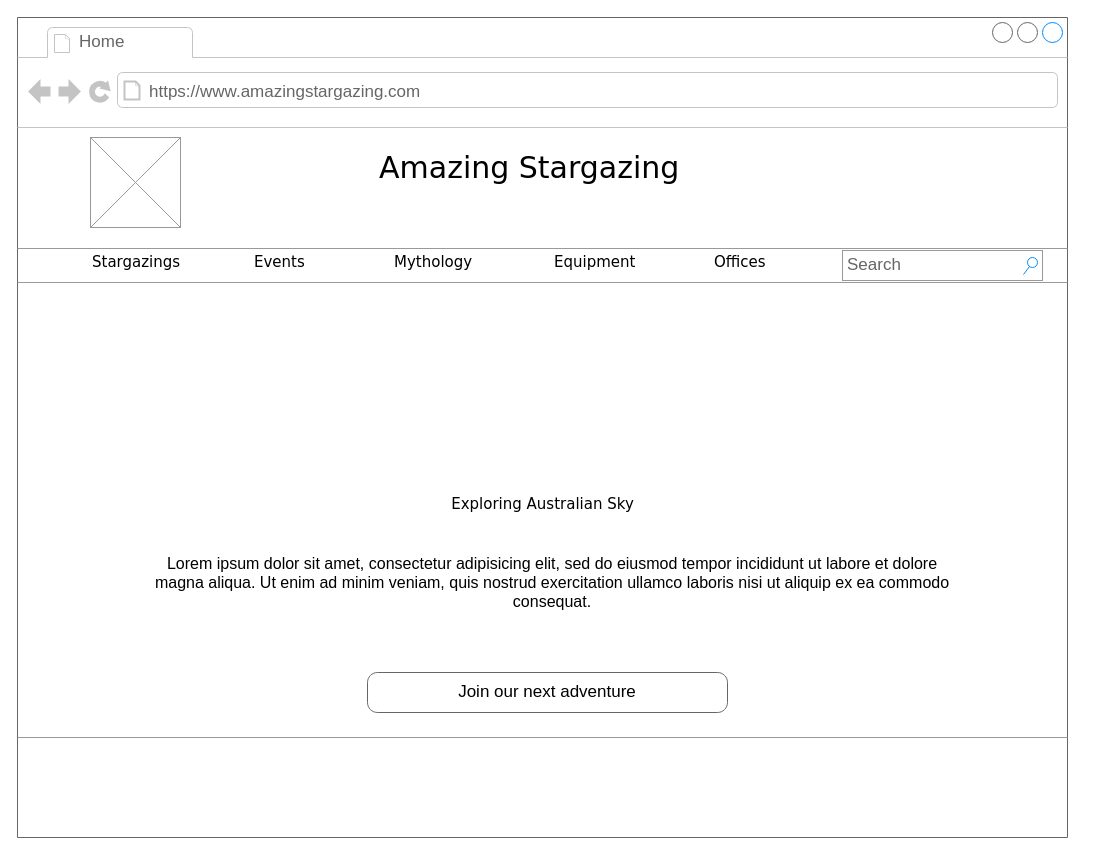
celia10335/Disenyo-interfaces keeps this draw.io diagram as page "Home" (1 of 3) of Amazing_stargazing.drawio. Above is the earlier version. Source tidied: cells renumbered, new cells numbered last; positions are measured from the earlier drawing's top-left corner, leaving out a move shared by most shapes. Both pictures are drawn from the tidied source at 100%, with x=0, y=0 at pixel (17, 17).
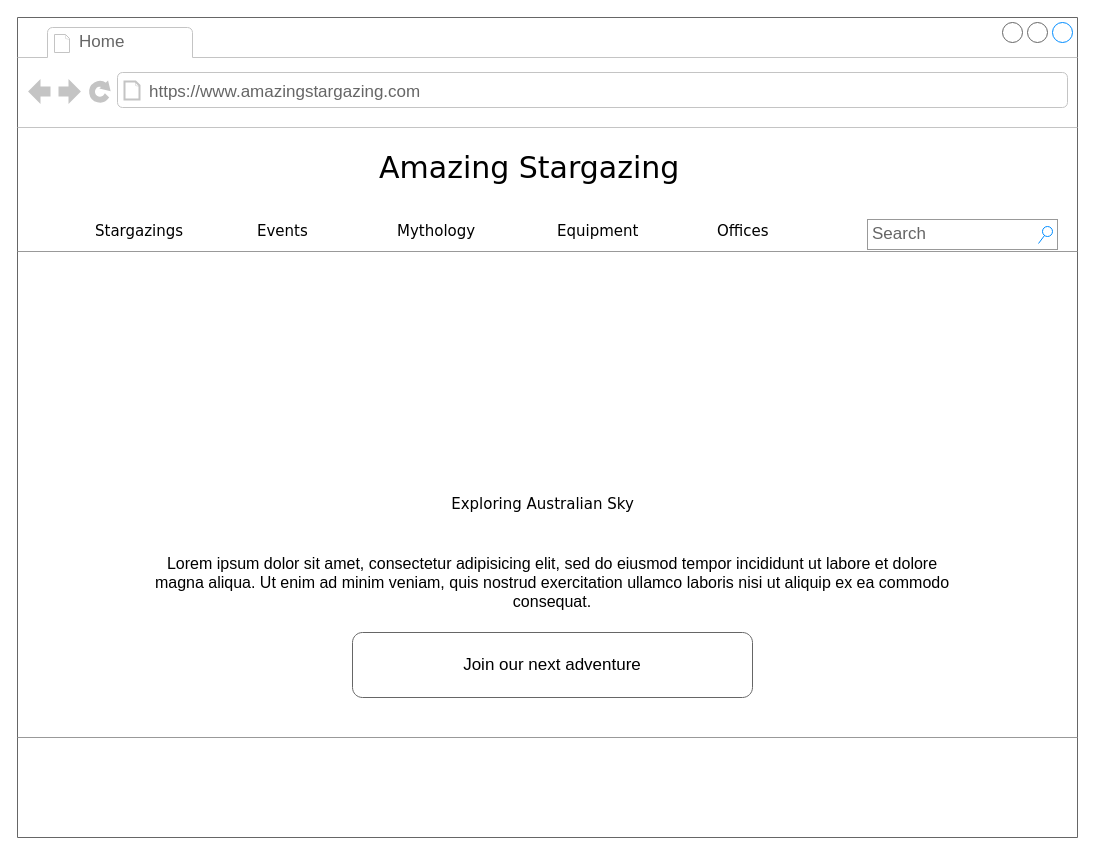
The same page after the edit.

Diff of the diagram source:
```diff
@@
 <mxGraphModel background="#ffffff">
   <root>
     <mxCell id="0" />
     <mxCell id="1" parent="0" />
     <mxCell id="2" style="strokeWidth=1;shadow=0;dashed=0;align=center;html=1;shape=mxgraph.mockup.containers.browserWindow;rSize=0;strokeColor=#666666;mainText=,;rounded=0;labelBackgroundColor=none;fontFamily=Verdana;fontSize=12;" parent="1" vertex="1">
-      <mxGeometry width="1050" height="820" as="geometry" />
+      <mxGeometry width="1060" height="820" as="geometry" />
     </mxCell>
     <mxCell id="3" value="Home" style="strokeWidth=1;shadow=0;dashed=0;align=center;html=1;shape=mxgraph.mockup.containers.anchor;fontSize=17;fontColor=#666666;align=left;" parent="2" vertex="1">
       <mxGeometry x="60" y="12" width="100" height="26" as="geometry" />
     </mxCell>
     <mxCell id="4" value="https://www.amazingstargazing.com" style="strokeWidth=1;shadow=0;dashed=0;align=center;html=1;shape=mxgraph.mockup.containers.anchor;rSize=0;fontSize=17;fontColor=#666666;align=left;" parent="2" vertex="1">
       <mxGeometry x="130" y="60" width="250" height="30" as="geometry" />
     </mxCell>
     <mxCell id="5" value="Amazing Stargazing" style="text;html=1;align=left;verticalAlign=top;spacingTop=-4;fontSize=30;fontFamily=Verdana;" parent="2" vertex="1">
       <mxGeometry x="360" y="130" width="340" height="50" as="geometry" />
     </mxCell>
+    <mxCell id="11" value="Exploring Australian Sky" style="text;html=1;align=center;verticalAlign=top;spacingTop=-4;fontSize=15;fontFamily=Verdana;" parent="2" vertex="1">
+      <mxGeometry x="415" y="475" width="220" height="30" as="geometry" />
+    </mxCell>
+    <mxCell id="12" value="Lorem ipsum dolor sit amet, consectetur adipisicing elit, sed do eiusmod tempor incididunt ut labore et dolore magna aliqua. Ut enim ad minim veniam, quis nostrud exercitation ullamco laboris nisi ut aliquip ex ea commodo consequat." style="text;spacingTop=-5;whiteSpace=wrap;html=1;align=center;fontSize=16;fontFamily=Helvetica;fillColor=none;strokeColor=none;rounded=0;shadow=1;labelBackgroundColor=none;" parent="2" vertex="1">
+      <mxGeometry x="135" y="535" width="800" height="60" as="geometry" />
+    </mxCell>
+    <mxCell id="13" value="Join our next adventure" style="strokeWidth=1;shadow=0;dashed=0;align=center;html=1;shape=mxgraph.mockup.buttons.button;strokeColor=#666666;mainText=;buttonStyle=round;fontSize=17;fontStyle=0;fillColor=none;whiteSpace=wrap;rounded=0;labelBackgroundColor=none;" parent="2" vertex="1">
+      <mxGeometry x="335" y="615" width="400" height="65" as="geometry" />
+    </mxCell>
     <mxCell id="6" value="Stargazings" style="text;html=1;align=left;verticalAlign=top;spacingTop=-4;fontSize=15;fontFamily=Verdana;" parent="2" vertex="1">
-      <mxGeometry x="73" y="233" width="110" height="30" as="geometry" />
+      <mxGeometry x="76" y="202" width="110" height="30" as="geometry" />
     </mxCell>
     <mxCell id="7" value="Events" style="text;html=1;align=left;verticalAlign=top;spacingTop=-4;fontSize=15;fontFamily=Verdana;" parent="2" vertex="1">
-      <mxGeometry x="235" y="233" width="100" height="30" as="geometry" />
+      <mxGeometry x="238" y="202" width="100" height="30" as="geometry" />
     </mxCell>
     <mxCell id="8" value="Mythology" style="text;html=1;align=left;verticalAlign=top;spacingTop=-4;fontSize=15;fontFamily=Verdana;" parent="2" vertex="1">
-      <mxGeometry x="375" y="233" width="110" height="30" as="geometry" />
+      <mxGeometry x="378" y="202" width="110" height="30" as="geometry" />
     </mxCell>
-    <mxCell id="9" value="Search" style="strokeWidth=1;shadow=0;dashed=0;align=center;html=1;shape=mxgraph.mockup.forms.searchBox;strokeColor=#999999;mainText=;strokeColor2=#008cff;fontColor=#666666;fontSize=17;align=left;spacingLeft=3;rounded=0;labelBackgroundColor=none;" parent="2" vertex="1">
-      <mxGeometry x="825" y="233" width="200" height="30" as="geometry" />
-    </mxCell>
-    <mxCell id="10" style="verticalLabelPosition=bottom;shadow=0;dashed=0;align=center;html=1;verticalAlign=top;strokeWidth=1;shape=mxgraph.mockup.markup.line;strokeColor=#999999;rounded=0;labelBackgroundColor=none;fillColor=#ffffff;fontFamily=Verdana;fontSize=12;fontColor=#000000;" parent="2" vertex="1">
-      <mxGeometry y="255" width="1050" height="20" as="geometry" />
-    </mxCell>
-    <mxCell id="11" value="Exploring Australian Sky" style="text;html=1;align=center;verticalAlign=top;spacingTop=-4;fontSize=15;fontFamily=Verdana;" parent="2" vertex="1">
-      <mxGeometry x="415" y="475" width="220" height="30" as="geometry" />
-    </mxCell>
-    <mxCell id="12" value="Lorem ipsum dolor sit amet, consectetur adipisicing elit, sed do eiusmod tempor incididunt ut labore et dolore magna aliqua. Ut enim ad minim veniam, quis nostrud exercitation ullamco laboris nisi ut aliquip ex ea commodo consequat." style="text;spacingTop=-5;whiteSpace=wrap;html=1;align=center;fontSize=16;fontFamily=Helvetica;fillColor=none;strokeColor=none;rounded=0;shadow=1;labelBackgroundColor=none;" parent="2" vertex="1">
-      <mxGeometry x="135" y="535" width="800" height="60" as="geometry" />
-    </mxCell>
-    <mxCell id="13" value="Join our next adventure" style="strokeWidth=1;shadow=0;dashed=0;align=center;html=1;shape=mxgraph.mockup.buttons.button;strokeColor=#666666;mainText=;buttonStyle=round;fontSize=17;fontStyle=0;fillColor=none;whiteSpace=wrap;rounded=0;labelBackgroundColor=none;" parent="2" vertex="1">
-      <mxGeometry x="350" y="655" width="360" height="40" as="geometry" />
-    </mxCell>
-    <mxCell id="14" style="verticalLabelPosition=bottom;shadow=0;dashed=0;align=center;html=1;verticalAlign=top;strokeWidth=1;shape=mxgraph.mockup.markup.line;strokeColor=#999999;rounded=0;labelBackgroundColor=none;fillColor=#ffffff;fontFamily=Verdana;fontSize=12;fontColor=#000000;" parent="2" vertex="1">
-      <mxGeometry y="710" width="1050" height="20" as="geometry" />
-    </mxCell>
+    <mxCell id="19" style="verticalLabelPosition=bottom;shadow=0;dashed=0;align=center;html=1;verticalAlign=top;strokeWidth=1;shape=mxgraph.mockup.markup.line;strokeColor=#999999;rounded=0;labelBackgroundColor=none;fillColor=#ffffff;fontFamily=Verdana;fontSize=12;fontColor=#000000;" parent="2" vertex="1">
+      <mxGeometry y="224" width="1060" height="20" as="geometry" />
+    </mxCell>
     <mxCell id="15" value="Equipment" style="text;html=1;align=left;verticalAlign=top;spacingTop=-4;fontSize=15;fontFamily=Verdana;" parent="2" vertex="1">
-      <mxGeometry x="535" y="233" width="110" height="30" as="geometry" />
+      <mxGeometry x="538" y="202" width="110" height="30" as="geometry" />
     </mxCell>
     <mxCell id="16" value="Offices" style="text;html=1;align=left;verticalAlign=top;spacingTop=-4;fontSize=15;fontFamily=Verdana;" parent="2" vertex="1">
-      <mxGeometry x="695" y="233" width="110" height="30" as="geometry" />
+      <mxGeometry x="698" y="202" width="110" height="30" as="geometry" />
     </mxCell>
-    <mxCell id="17" style="verticalLabelPosition=bottom;shadow=0;dashed=0;align=center;html=1;verticalAlign=top;strokeWidth=1;shape=mxgraph.mockup.graphics.simpleIcon;strokeColor=#999999;fillColor=#ffffff;rounded=0;labelBackgroundColor=none;fontFamily=Verdana;fontSize=12;fontColor=#000000;" parent="2" vertex="1">
-      <mxGeometry x="73" y="120" width="90" height="90" as="geometry" />
-    </mxCell>
-    <mxCell id="18" style="verticalLabelPosition=bottom;shadow=0;dashed=0;align=center;html=1;verticalAlign=top;strokeWidth=1;shape=mxgraph.mockup.markup.line;strokeColor=#999999;rounded=0;labelBackgroundColor=none;fillColor=#ffffff;fontFamily=Verdana;fontSize=12;fontColor=#000000;" parent="1" vertex="1">
-      <mxGeometry y="221" width="1050" height="20" as="geometry" />
-    </mxCell>
+    <mxCell id="9" value="Search" style="strokeWidth=1;shadow=0;dashed=0;align=center;html=1;shape=mxgraph.mockup.forms.searchBox;strokeColor=#999999;mainText=;strokeColor2=#008cff;fontColor=#666666;fontSize=17;align=left;spacingLeft=3;fillColor=#FFFFFF;" parent="1" vertex="1">
+      <mxGeometry x="850" y="202" width="190" height="30" as="geometry" />
+    </mxCell>
+    <mxCell id="14" style="verticalLabelPosition=bottom;shadow=0;dashed=0;align=center;html=1;verticalAlign=top;strokeWidth=1;shape=mxgraph.mockup.markup.line;strokeColor=#999999;rounded=0;labelBackgroundColor=none;fillColor=#ffffff;fontFamily=Verdana;fontSize=12;fontColor=#000000;" parent="1" vertex="1">
+      <mxGeometry y="710" width="1060" height="20" as="geometry" />
+    </mxCell>
   </root>
 </mxGraphModel>
```
